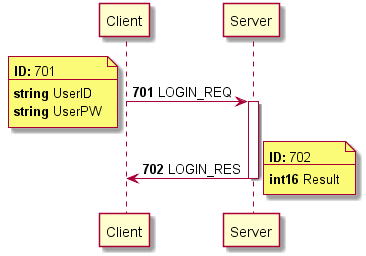
Earlier version of the PlantUML export doc/01LoginPacket.png (woo4705/GoLangTetrisServer).
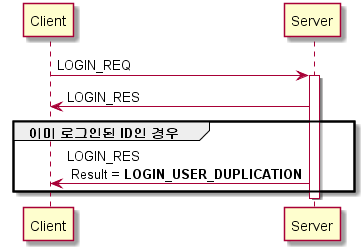
Later version of the same file.

What changed in the source:
```diff
@@ -2,27 +2,16 @@
 participant Client
 participant Server
 
-autonumber 701
 Client -> Server: LOGIN_REQ
-note left
-**ID:** 701
-----
-**string** UserID
-**string** UserPW
-end note
+activate Server
+Server -> Client: LOGIN_RES
 
-
-activate Server
-
-
-Server -> Client: LOGIN_RES
+group 이미 로그인된 ID인 경우
+ Server -> Client: LOGIN_RES\n Result = **LOGIN_USER_DUPLICATION**
+end
 
 deactivate
 
-note right
-**ID:** 702
-----
-**int16** Result
-end note
+
 
 @enduml
```
